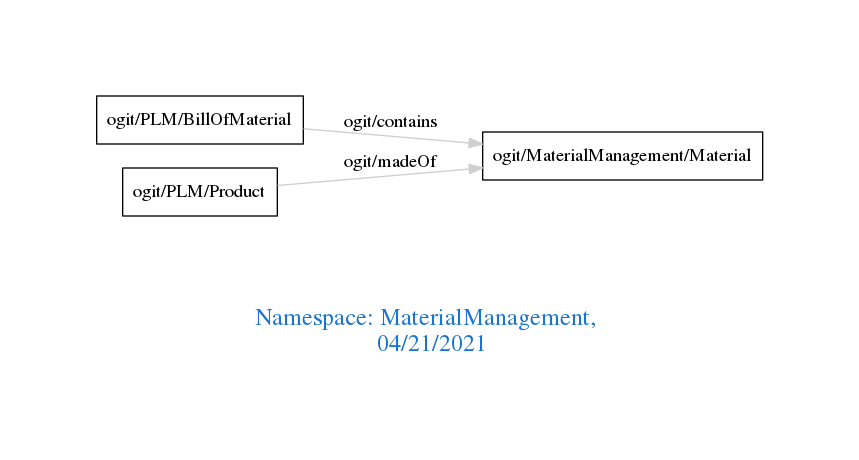
Earlier version of the Graphviz export downloads/MaterialManagement.png (arago/OGIT). Its source is kept beside it as downloads/MaterialManagement.dot.
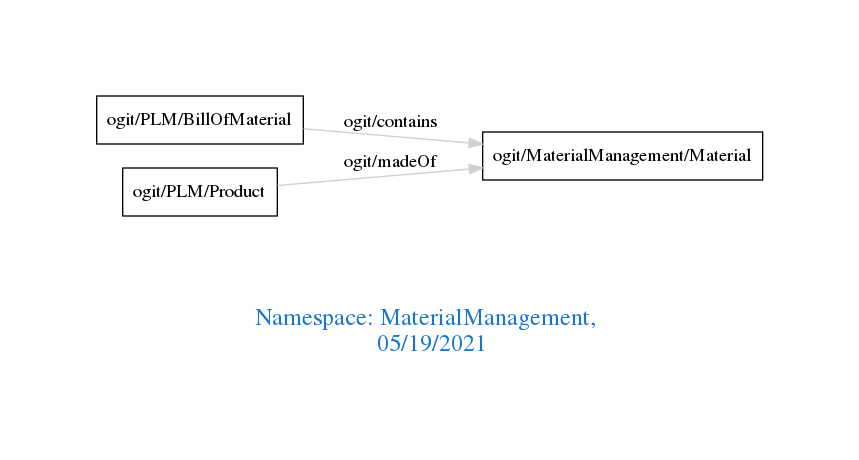
Above is the later version.

Diff of the diagram source:
```diff
@@ -1,7 +1,7 @@
 digraph OGIT_ontology {
  graph [ rankdir= LR,pad=1
 fontsize = 18,
-fontcolor= dodgerblue3,label = "\n\n\nNamespace: MaterialManagement, \n 04/21/2021"];
+fontcolor= dodgerblue3,label = "\n\n\nNamespace: MaterialManagement, \n 05/19/2021"];
 node[shape=polygon];
 edge [  color="gray81"];
 
```
